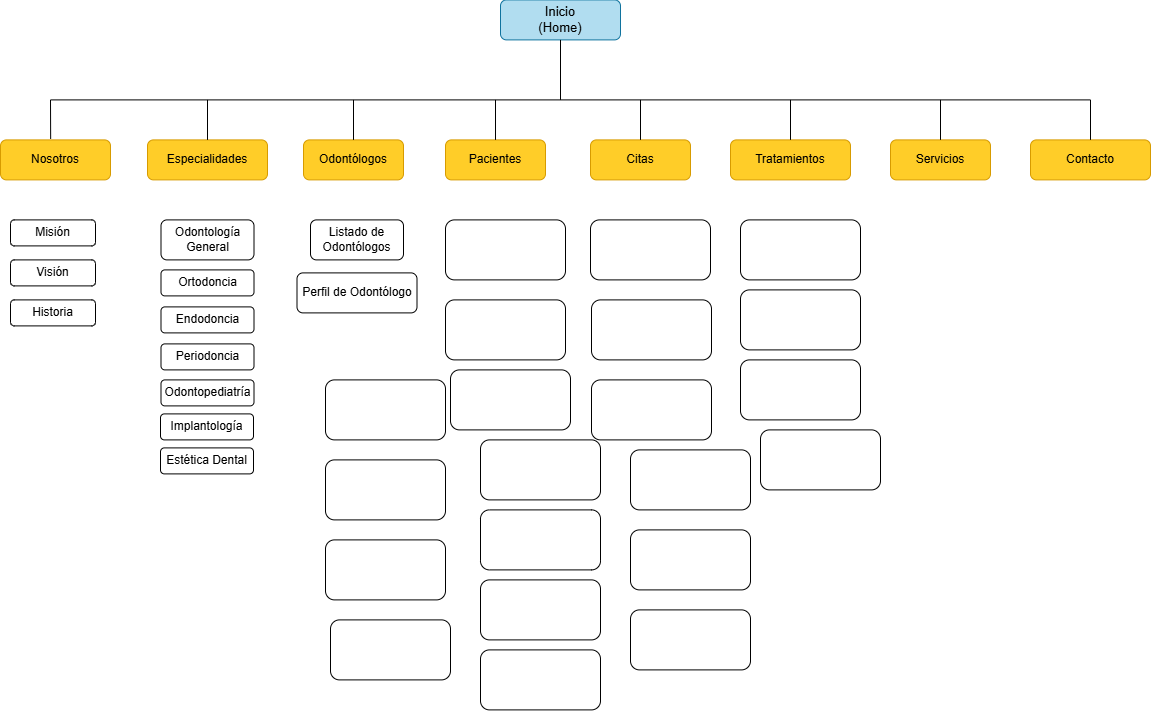
IngridCruzY/sistema-web-cl-nica-odont-loga keeps this draw.io diagram as sistema web.drawio.png. Above is the earlier version. Source tidied: cells renumbered, new cells last; positions are measured from the earlier drawing's top-left corner, leaving out a move shared by most shapes.
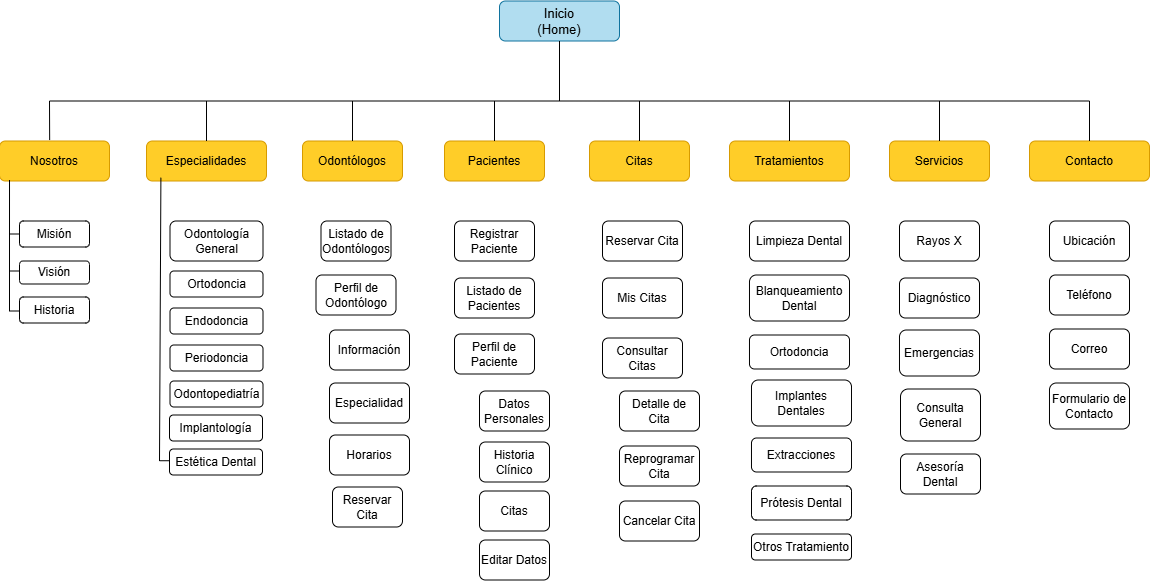
The same file after the commit.

The edit, as a diff of the source:
```diff
@@ -81,103 +81,175 @@
       </mxGeometry>
     </mxCell>
     <mxCell id="21" value="Misión" style="rounded=1;whiteSpace=wrap;html=1;" parent="1" vertex="1">
-      <mxGeometry x="10" y="220" width="85" height="26" as="geometry" />
+      <mxGeometry x="20" y="220" width="70" height="26" as="geometry" />
     </mxCell>
     <mxCell id="22" value="Visión" style="rounded=1;whiteSpace=wrap;html=1;" parent="1" vertex="1">
-      <mxGeometry x="10" y="260" width="85" height="26" as="geometry" />
+      <mxGeometry x="20" y="260" width="70" height="23" as="geometry" />
     </mxCell>
     <mxCell id="23" value="Historia" style="rounded=1;whiteSpace=wrap;html=1;" parent="1" vertex="1">
-      <mxGeometry x="10" y="300" width="85" height="26" as="geometry" />
+      <mxGeometry x="20" y="296" width="70" height="26" as="geometry" />
     </mxCell>
     <mxCell id="24" value="Odontología &lt;br&gt;General" style="rounded=1;whiteSpace=wrap;html=1;" parent="1" vertex="1">
-      <mxGeometry x="160.5" y="220" width="93" height="40" as="geometry" />
+      <mxGeometry x="170.5" y="220" width="93" height="40" as="geometry" />
     </mxCell>
     <mxCell id="25" value="Ortodoncia" style="rounded=1;whiteSpace=wrap;html=1;" parent="1" vertex="1">
-      <mxGeometry x="160.5" y="270" width="93" height="26" as="geometry" />
+      <mxGeometry x="170.5" y="270" width="93" height="26" as="geometry" />
     </mxCell>
     <mxCell id="26" value="Endodoncia" style="rounded=1;whiteSpace=wrap;html=1;" parent="1" vertex="1">
-      <mxGeometry x="160.5" y="307" width="93" height="26" as="geometry" />
+      <mxGeometry x="170.5" y="307" width="93" height="26" as="geometry" />
     </mxCell>
     <mxCell id="27" value="Periodoncia" style="rounded=1;whiteSpace=wrap;html=1;" parent="1" vertex="1">
-      <mxGeometry x="160.5" y="344" width="93" height="26" as="geometry" />
+      <mxGeometry x="170.5" y="344" width="93" height="26" as="geometry" />
     </mxCell>
     <mxCell id="28" value="Odontopediatría" style="rounded=1;whiteSpace=wrap;html=1;" parent="1" vertex="1">
-      <mxGeometry x="160.5" y="380" width="93" height="26" as="geometry" />
+      <mxGeometry x="170.5" y="380" width="93" height="26" as="geometry" />
     </mxCell>
     <mxCell id="29" value="Implantología" style="rounded=1;whiteSpace=wrap;html=1;" parent="1" vertex="1">
-      <mxGeometry x="160" y="414" width="93" height="26" as="geometry" />
+      <mxGeometry x="170" y="414" width="93" height="26" as="geometry" />
     </mxCell>
     <mxCell id="30" value="Estética Dental" style="rounded=1;whiteSpace=wrap;html=1;" parent="1" vertex="1">
-      <mxGeometry x="160" y="448" width="93" height="26" as="geometry" />
+      <mxGeometry x="170" y="448" width="93" height="26" as="geometry" />
     </mxCell>
     <mxCell id="31" value="Listado de&lt;br&gt;Odontólogos" style="rounded=1;whiteSpace=wrap;html=1;" parent="1" vertex="1">
-      <mxGeometry x="310" y="220" width="93" height="40" as="geometry" />
+      <mxGeometry x="321.5" y="220" width="70" height="40" as="geometry" />
     </mxCell>
     <mxCell id="32" value="Perfil de Odontólogo" style="rounded=1;whiteSpace=wrap;html=1;" parent="1" vertex="1">
-      <mxGeometry x="296.5" y="273" width="120" height="40" as="geometry" />
+      <mxGeometry x="316.5" y="274" width="80" height="40" as="geometry" />
     </mxCell>
-    <mxCell id="33" style="rounded=1;whiteSpace=wrap;html=1;" parent="1" vertex="1">
-      <mxGeometry x="325" y="380" width="120" height="60" as="geometry" />
+    <mxCell id="33" value="Información" style="rounded=1;whiteSpace=wrap;html=1;" parent="1" vertex="1">
+      <mxGeometry x="330" y="329" width="80" height="40" as="geometry" />
     </mxCell>
-    <mxCell id="34" style="rounded=1;whiteSpace=wrap;html=1;" parent="1" vertex="1">
-      <mxGeometry x="325" y="460" width="120" height="60" as="geometry" />
+    <mxCell id="34" value="Especialidad" style="rounded=1;whiteSpace=wrap;html=1;" parent="1" vertex="1">
+      <mxGeometry x="330" y="382" width="80" height="40" as="geometry" />
     </mxCell>
-    <mxCell id="35" style="rounded=1;whiteSpace=wrap;html=1;" parent="1" vertex="1">
-      <mxGeometry x="325" y="540" width="120" height="60" as="geometry" />
+    <mxCell id="35" value="Horarios" style="rounded=1;whiteSpace=wrap;html=1;" parent="1" vertex="1">
+      <mxGeometry x="330" y="434" width="80" height="40" as="geometry" />
     </mxCell>
-    <mxCell id="36" style="rounded=1;whiteSpace=wrap;html=1;" parent="1" vertex="1">
-      <mxGeometry x="330" y="620" width="120" height="60" as="geometry" />
+    <mxCell id="36" value="Reservar Cita" style="rounded=1;whiteSpace=wrap;html=1;" parent="1" vertex="1">
+      <mxGeometry x="333" y="486" width="70" height="40" as="geometry" />
     </mxCell>
-    <mxCell id="37" style="rounded=1;whiteSpace=wrap;html=1;" parent="1" vertex="1">
-      <mxGeometry x="445" y="220" width="120" height="60" as="geometry" />
+    <mxCell id="37" value="Registrar Paciente" style="rounded=1;whiteSpace=wrap;html=1;" parent="1" vertex="1">
+      <mxGeometry x="455" y="220" width="80" height="40" as="geometry" />
     </mxCell>
-    <mxCell id="38" style="rounded=1;whiteSpace=wrap;html=1;" parent="1" vertex="1">
-      <mxGeometry x="445" y="300" width="120" height="60" as="geometry" />
+    <mxCell id="38" value="Listado de Pacientes" style="rounded=1;whiteSpace=wrap;html=1;" parent="1" vertex="1">
+      <mxGeometry x="455" y="277" width="80" height="40" as="geometry" />
     </mxCell>
-    <mxCell id="39" style="rounded=1;whiteSpace=wrap;html=1;" parent="1" vertex="1">
-      <mxGeometry x="450" y="370" width="120" height="60" as="geometry" />
+    <mxCell id="39" value="Perfil de Paciente" style="rounded=1;whiteSpace=wrap;html=1;" parent="1" vertex="1">
+      <mxGeometry x="455" y="333" width="80" height="40" as="geometry" />
     </mxCell>
-    <mxCell id="40" style="rounded=1;whiteSpace=wrap;html=1;" parent="1" vertex="1">
-      <mxGeometry x="480" y="440" width="120" height="60" as="geometry" />
+    <mxCell id="40" value="Datos Personales" style="rounded=1;whiteSpace=wrap;html=1;" parent="1" vertex="1">
+      <mxGeometry x="480" y="390" width="70" height="40" as="geometry" />
     </mxCell>
-    <mxCell id="41" style="rounded=1;whiteSpace=wrap;html=1;" parent="1" vertex="1">
-      <mxGeometry x="480" y="510" width="120" height="60" as="geometry" />
+    <mxCell id="41" value="Historia Clínico" style="rounded=1;whiteSpace=wrap;html=1;" parent="1" vertex="1">
+      <mxGeometry x="480" y="441" width="70" height="40" as="geometry" />
     </mxCell>
-    <mxCell id="42" style="rounded=1;whiteSpace=wrap;html=1;" parent="1" vertex="1">
-      <mxGeometry x="480" y="580" width="120" height="60" as="geometry" />
+    <mxCell id="42" value="Citas" style="rounded=1;whiteSpace=wrap;html=1;" parent="1" vertex="1">
+      <mxGeometry x="480" y="490" width="70" height="40" as="geometry" />
     </mxCell>
-    <mxCell id="43" style="rounded=1;whiteSpace=wrap;html=1;" parent="1" vertex="1">
-      <mxGeometry x="480" y="650" width="120" height="60" as="geometry" />
+    <mxCell id="43" value="Editar Datos" style="rounded=1;whiteSpace=wrap;html=1;" parent="1" vertex="1">
+      <mxGeometry x="480" y="539" width="70" height="40" as="geometry" />
     </mxCell>
-    <mxCell id="44" style="rounded=1;whiteSpace=wrap;html=1;" parent="1" vertex="1">
-      <mxGeometry x="590" y="220" width="120" height="60" as="geometry" />
+    <mxCell id="44" value="Reservar Cita" style="rounded=1;whiteSpace=wrap;html=1;" parent="1" vertex="1">
+      <mxGeometry x="603" y="220" width="80" height="40" as="geometry" />
     </mxCell>
-    <mxCell id="45" style="rounded=1;whiteSpace=wrap;html=1;" parent="1" vertex="1">
-      <mxGeometry x="591" y="300" width="120" height="60" as="geometry" />
+    <mxCell id="45" value="Mis Citas" style="rounded=1;whiteSpace=wrap;html=1;" parent="1" vertex="1">
+      <mxGeometry x="603" y="277" width="80" height="40" as="geometry" />
     </mxCell>
-    <mxCell id="46" style="rounded=1;whiteSpace=wrap;html=1;" parent="1" vertex="1">
-      <mxGeometry x="591" y="380" width="120" height="60" as="geometry" />
+    <mxCell id="46" value="Consultar Citas" style="rounded=1;whiteSpace=wrap;html=1;" parent="1" vertex="1">
+      <mxGeometry x="603" y="337" width="80" height="40" as="geometry" />
     </mxCell>
-    <mxCell id="47" style="rounded=1;whiteSpace=wrap;html=1;" parent="1" vertex="1">
-      <mxGeometry x="630" y="450" width="120" height="60" as="geometry" />
+    <mxCell id="47" value="Detalle de Cita" style="rounded=1;whiteSpace=wrap;html=1;" parent="1" vertex="1">
+      <mxGeometry x="620" y="390" width="80" height="40" as="geometry" />
     </mxCell>
-    <mxCell id="48" style="rounded=1;whiteSpace=wrap;html=1;" parent="1" vertex="1">
-      <mxGeometry x="630" y="530" width="120" height="60" as="geometry" />
+    <mxCell id="48" value="Reprogramar Cita" style="rounded=1;whiteSpace=wrap;html=1;" parent="1" vertex="1">
+      <mxGeometry x="620" y="445" width="80" height="40" as="geometry" />
     </mxCell>
-    <mxCell id="49" style="rounded=1;whiteSpace=wrap;html=1;" parent="1" vertex="1">
-      <mxGeometry x="630" y="610" width="120" height="60" as="geometry" />
+    <mxCell id="49" value="Cancelar Cita" style="rounded=1;whiteSpace=wrap;html=1;" parent="1" vertex="1">
+      <mxGeometry x="620" y="500" width="80" height="40" as="geometry" />
     </mxCell>
-    <mxCell id="50" style="rounded=1;whiteSpace=wrap;html=1;" parent="1" vertex="1">
-      <mxGeometry x="740" y="220" width="120" height="60" as="geometry" />
-    </mxCell>
-    <mxCell id="51" style="rounded=1;whiteSpace=wrap;html=1;" parent="1" vertex="1">
-      <mxGeometry x="740" y="290" width="120" height="60" as="geometry" />
+    <mxCell id="51" value="Blanqueamiento Dental" style="rounded=1;whiteSpace=wrap;html=1;" parent="1" vertex="1">
+      <mxGeometry x="750" y="274" width="100" height="46" as="geometry" />
     </mxCell>
-    <mxCell id="52" style="rounded=1;whiteSpace=wrap;html=1;" parent="1" vertex="1">
-      <mxGeometry x="740" y="360" width="120" height="60" as="geometry" />
+    <mxCell id="52" value="Ortodoncia" style="rounded=1;whiteSpace=wrap;html=1;" parent="1" vertex="1">
+      <mxGeometry x="750" y="334" width="100" height="34" as="geometry" />
     </mxCell>
-    <mxCell id="53" style="rounded=1;whiteSpace=wrap;html=1;" parent="1" vertex="1">
-      <mxGeometry x="760" y="430" width="120" height="60" as="geometry" />
+    <mxCell id="53" value="Implantes Dentales" style="rounded=1;whiteSpace=wrap;html=1;" parent="1" vertex="1">
+      <mxGeometry x="752" y="379" width="100" height="46" as="geometry" />
     </mxCell>
+    <mxCell id="54" value="Extracciones" style="rounded=1;whiteSpace=wrap;html=1;" parent="1" vertex="1">
+      <mxGeometry x="752" y="437" width="100" height="34" as="geometry" />
+    </mxCell>
+    <mxCell id="55" value="Prótesis Dental" style="rounded=1;whiteSpace=wrap;html=1;" parent="1" vertex="1">
+      <mxGeometry x="752" y="485" width="100" height="34" as="geometry" />
+    </mxCell>
+    <mxCell id="56" value="Otros Tratamiento" style="rounded=1;whiteSpace=wrap;html=1;" parent="1" vertex="1">
+      <mxGeometry x="752" y="533" width="100" height="26" as="geometry" />
+    </mxCell>
+    <mxCell id="57" value="Limpieza Dental" style="rounded=1;whiteSpace=wrap;html=1;" parent="1" vertex="1">
+      <mxGeometry x="750" y="220" width="100" height="40" as="geometry" />
+    </mxCell>
+    <mxCell id="58" value="Rayos X" style="rounded=1;whiteSpace=wrap;html=1;" parent="1" vertex="1">
+      <mxGeometry x="900" y="220" width="80" height="40" as="geometry" />
+    </mxCell>
+    <mxCell id="59" value="Diagnóstico" style="rounded=1;whiteSpace=wrap;html=1;" parent="1" vertex="1">
+      <mxGeometry x="900" y="277" width="80" height="40" as="geometry" />
+    </mxCell>
+    <mxCell id="60" value="Emergencias" style="rounded=1;whiteSpace=wrap;html=1;" parent="1" vertex="1">
+      <mxGeometry x="900" y="329" width="80" height="46" as="geometry" />
+    </mxCell>
+    <mxCell id="61" value="Consulta General" style="rounded=1;whiteSpace=wrap;html=1;" parent="1" vertex="1">
+      <mxGeometry x="901" y="388" width="80" height="52" as="geometry" />
+    </mxCell>
+    <mxCell id="62" value="Asesoría Dental" style="rounded=1;whiteSpace=wrap;html=1;" parent="1" vertex="1">
+      <mxGeometry x="901" y="453" width="80" height="40" as="geometry" />
+    </mxCell>
+    <mxCell id="63" value="Ubicación" style="rounded=1;whiteSpace=wrap;html=1;" parent="1" vertex="1">
+      <mxGeometry x="1050" y="220" width="80" height="40" as="geometry" />
+    </mxCell>
+    <mxCell id="64" value="Teléfono" style="rounded=1;whiteSpace=wrap;html=1;" parent="1" vertex="1">
+      <mxGeometry x="1050" y="274" width="80" height="40" as="geometry" />
+    </mxCell>
+    <mxCell id="65" value="Correo" style="rounded=1;whiteSpace=wrap;html=1;" parent="1" vertex="1">
+      <mxGeometry x="1050" y="328" width="80" height="40" as="geometry" />
+    </mxCell>
+    <mxCell id="66" value="Formulario de Contacto" style="rounded=1;whiteSpace=wrap;html=1;" parent="1" vertex="1">
+      <mxGeometry x="1050" y="382" width="80" height="46" as="geometry" />
+    </mxCell>
+    <mxCell id="67" style="endArrow=none;html=1;rounded=0;curved=0;entryX=0.091;entryY=0.975;entryDx=0;entryDy=0;entryPerimeter=0;" parent="1" edge="1" target="5">
+      <mxGeometry relative="1" as="geometry">
+        <mxPoint x="10" y="310" as="sourcePoint" />
+      </mxGeometry>
+    </mxCell>
+    <mxCell id="68" style="endArrow=none;html=1;rounded=0;entryX=0;entryY=0.5;entryDx=0;entryDy=0;" parent="1" edge="1" target="23">
+      <mxGeometry relative="1" as="geometry">
+        <mxPoint x="10" y="310" as="sourcePoint" />
+        <Array as="points">
+          <mxPoint x="20" y="310" />
+        </Array>
+      </mxGeometry>
+    </mxCell>
+    <mxCell id="69" style="endArrow=none;html=1;rounded=0;exitX=0;exitY=0.5;exitDx=0;exitDy=0;" parent="1" edge="1" source="22">
+      <mxGeometry relative="1" as="geometry">
+        <mxPoint x="10" y="270" as="targetPoint" />
+        <Array as="points">
+          <mxPoint x="20" y="270" />
+        </Array>
+      </mxGeometry>
+    </mxCell>
+    <mxCell id="70" style="endArrow=none;html=1;rounded=0;entryX=0;entryY=0.5;entryDx=0;entryDy=0;" parent="1" edge="1" target="21">
+      <mxGeometry relative="1" as="geometry">
+        <mxPoint x="10" y="233" as="sourcePoint" />
+      </mxGeometry>
+    </mxCell>
+    <mxCell id="71" style="endArrow=none;html=1;rounded=0;entryX=0.12;entryY=0.918;entryDx=0;entryDy=0;entryPerimeter=0;" parent="1" edge="1" target="6">
+      <mxGeometry relative="1" as="geometry">
+        <mxPoint x="160" y="460" as="sourcePoint" />
+      </mxGeometry>
+    </mxCell>
+    <mxCell id="72" style="endArrow=none;html=1;rounded=0;entryX=-0.004;entryY=0.451;entryDx=0;entryDy=0;entryPerimeter=0;" parent="1" edge="1" target="30">
+      <mxGeometry relative="1" as="geometry">
+        <mxPoint x="160" y="459.7" as="sourcePoint" />
+      </mxGeometry>
+    </mxCell>
   </root>
 </mxGraphModel>
```
